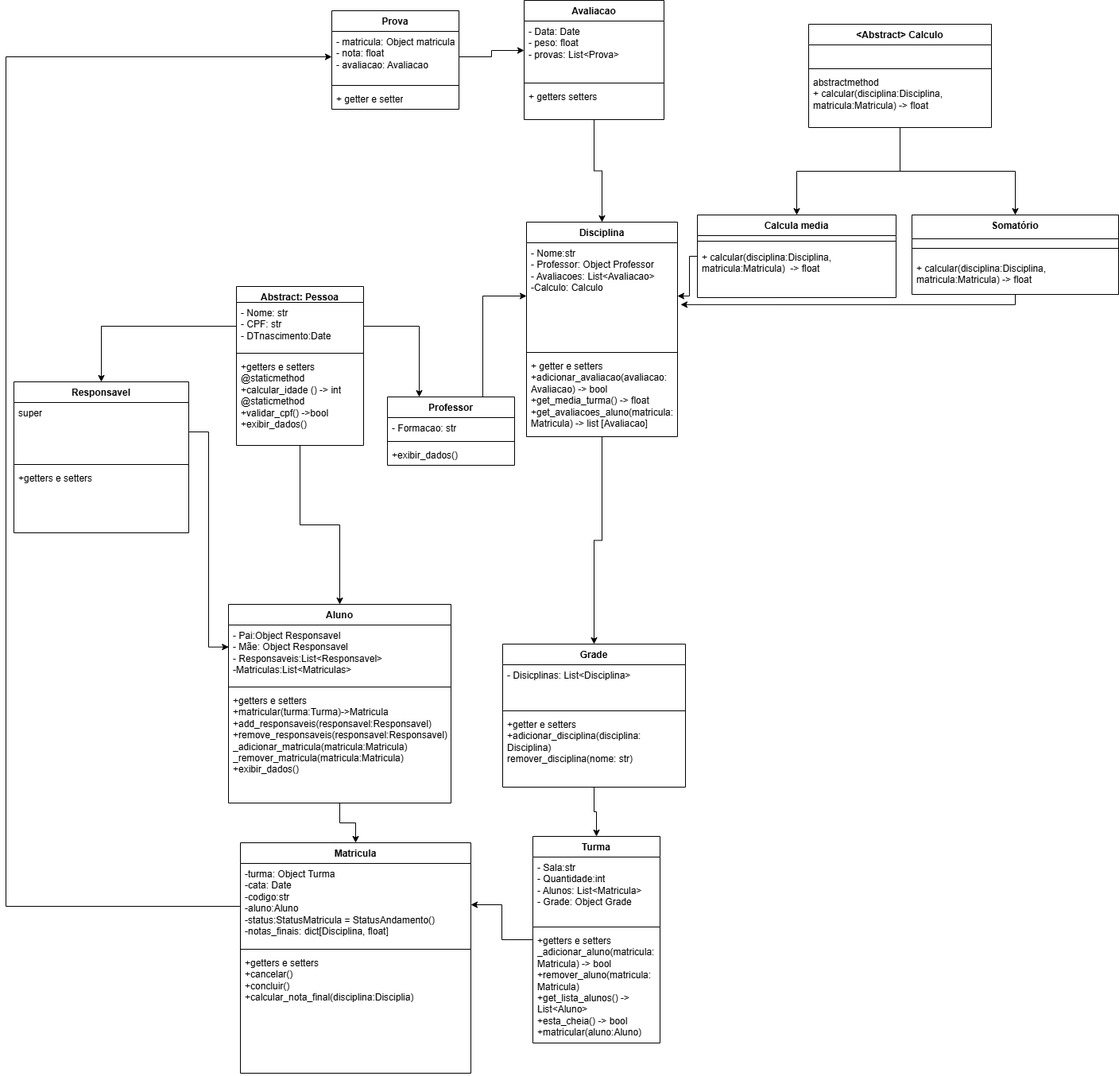
Earlier version of the draw.io export Diagrama sistema educacional.png (VictorAGalvan/Sistema-de-Gestao-Educacional). Source tidied: cells renumbered, new cells last; positions are measured from the earlier drawing's top-left corner, leaving out a move shared by most shapes.
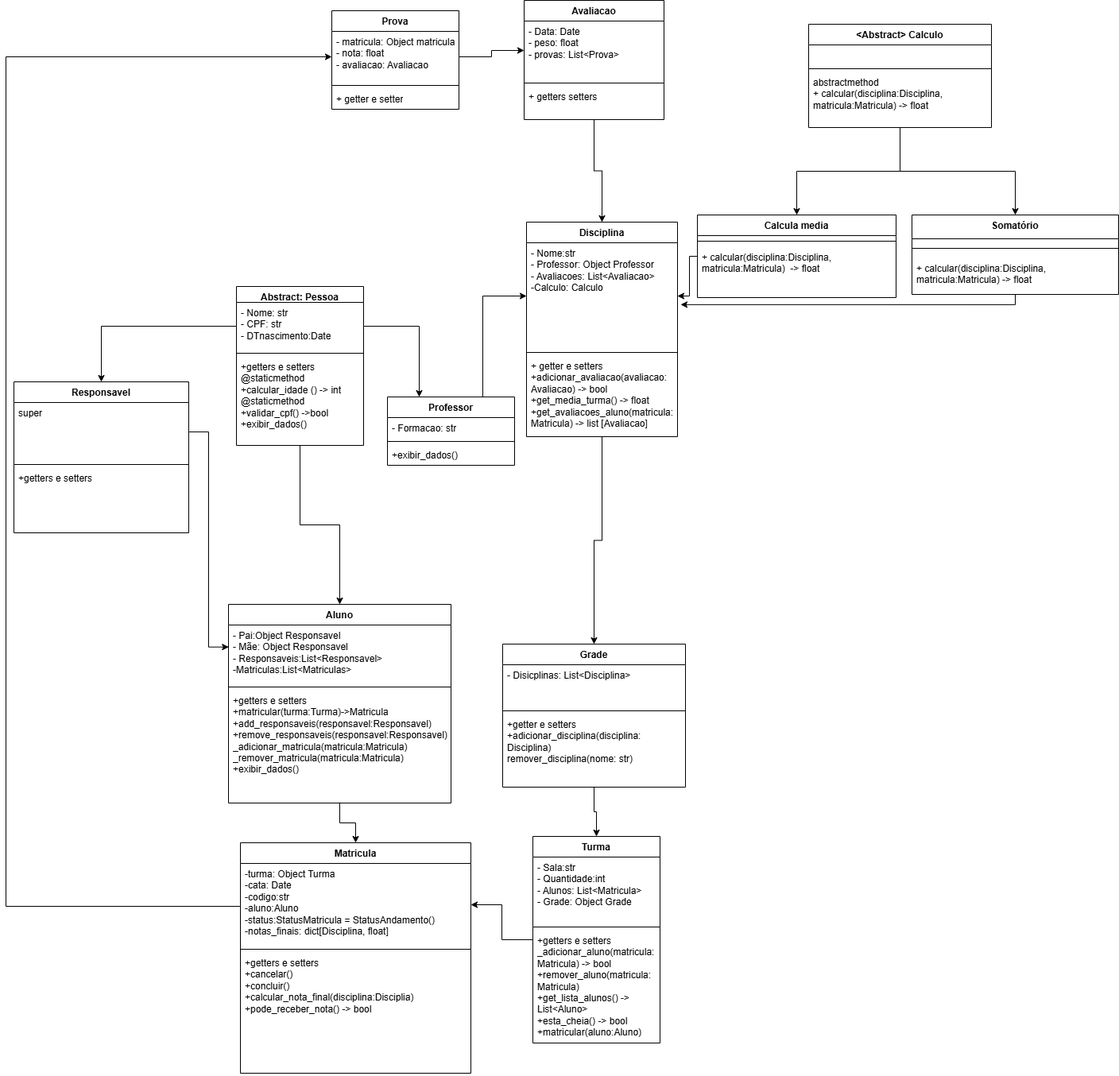
The same diagram one commit later.

Diff of the diagram source:
```diff
@@ -49,7 +49,7 @@
     <mxCell id="15" style="line;strokeWidth=1;fillColor=none;align=left;verticalAlign=middle;spacingTop=-1;spacingLeft=3;spacingRight=3;labelPosition=right;strokeColor=inherit;" parent="13" vertex="1">
       <mxGeometry y="130" width="290" height="8" as="geometry" />
     </mxCell>
-    <mxCell id="16" value="+getters e setters&lt;div&gt;+cancelar()&lt;br&gt;+concluir()&lt;br&gt;+calcular_nota_final(disciplina:Disciplia)&lt;br&gt;&lt;br&gt;&lt;/div&gt;" style="text;strokeColor=none;fillColor=none;align=left;verticalAlign=top;spacingLeft=4;spacingRight=4;overflow=hidden;whiteSpace=wrap;html=1;" parent="13" vertex="1">
+    <mxCell id="16" value="+getters e setters&lt;div&gt;+cancelar()&lt;br&gt;+concluir()&lt;br&gt;+calcular_nota_final(disciplina:Disciplia)&lt;br&gt;+pode_receber_nota() -&amp;gt; bool&lt;/div&gt;" style="text;strokeColor=none;fillColor=none;align=left;verticalAlign=top;spacingLeft=4;spacingRight=4;overflow=hidden;whiteSpace=wrap;html=1;" parent="13" vertex="1">
       <mxGeometry y="138" width="290" height="152" as="geometry" />
     </mxCell>
     <mxCell id="17" style="edgeStyle=orthogonalEdgeStyle;rounded=0;jettySize=auto;html=1;" parent="1" edge="1" source="18" target="14">
```
